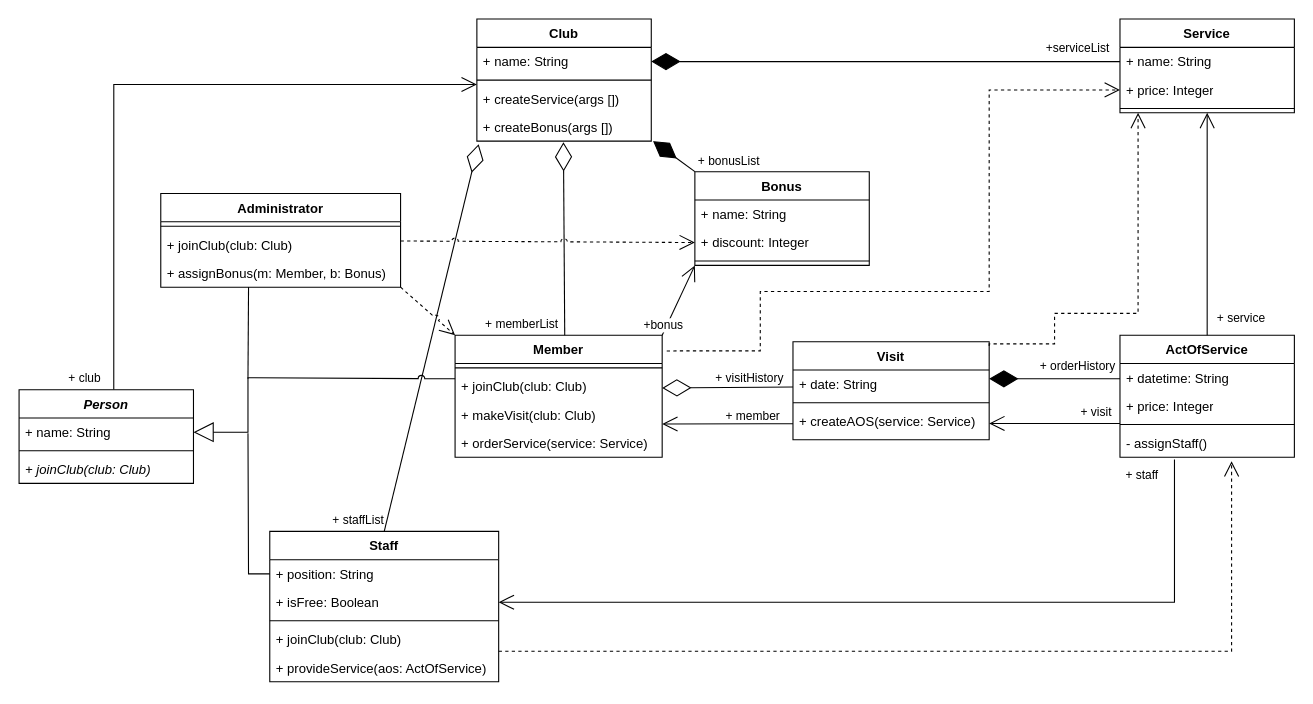
Earlier version of the draw.io diagram page "Диаграмма классов" (1 of 3) of Lab_2/Lab_2.drawio (4lnULpGkuW/OOAD). Source tidied: cells renumbered, new cells numbered last; positions are measured from the earlier drawing's top-left corner, leaving out a move shared by most shapes. Both pictures are drawn from the tidied source at 109%, with x=0, y=0 at pixel (19, 19).
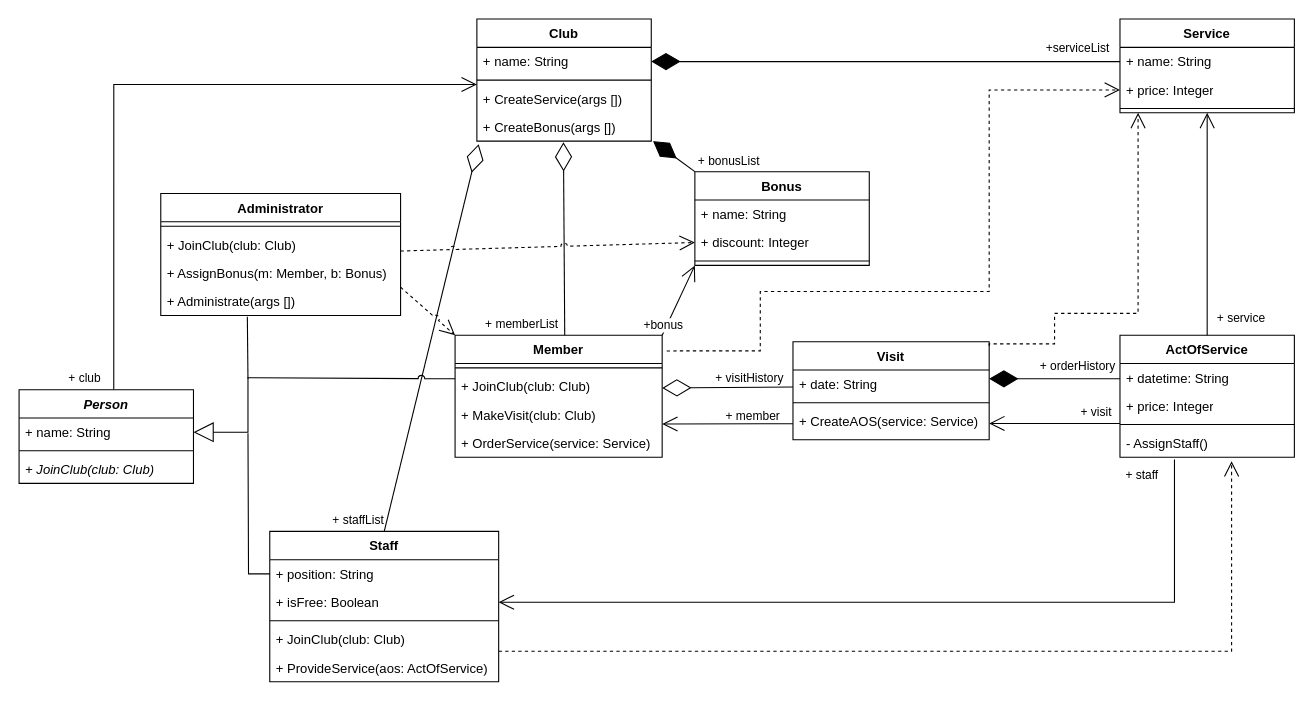
Above is the later version.

Unchanged cells that the change refers to:
```xml
<mxCell id="2" value="Member" style="swimlane;fontStyle=1;align=center;verticalAlign=top;horizontal=1;startSize=26;whiteSpace=wrap;html=1;" parent="1" vertex="1">
  <mxGeometry x="400" y="290" width="190" height="112" as="geometry" />
</mxCell>
<mxCell id="7" value="Club" style="swimlane;fontStyle=1;align=center;verticalAlign=top;horizontal=1;startSize=26;whiteSpace=wrap;html=1;" parent="1" vertex="1">
  <mxGeometry x="420" width="160" height="112" as="geometry" />
</mxCell>
<mxCell id="20" value="Visit" style="swimlane;fontStyle=1;align=center;verticalAlign=top;horizontal=1;startSize=26;whiteSpace=wrap;html=1;" parent="1" vertex="1">
  <mxGeometry x="710" y="296" width="180" height="90" as="geometry" />
</mxCell>
<mxCell id="24" value="Staff" style="swimlane;fontStyle=1;align=center;verticalAlign=top;horizontal=1;startSize=26;whiteSpace=wrap;html=1;" parent="1" vertex="1">
  <mxGeometry x="230" y="470" width="210" height="138" as="geometry" />
</mxCell>
<mxCell id="30" value="ActOfService" style="swimlane;fontStyle=1;align=center;verticalAlign=top;horizontal=1;startSize=26;whiteSpace=wrap;html=1;" parent="1" vertex="1">
  <mxGeometry x="1010" y="290" width="160" height="112" as="geometry" />
</mxCell>
<mxCell id="49" value="&lt;i&gt;Person&lt;/i&gt;" style="swimlane;fontStyle=1;align=center;verticalAlign=top;horizontal=1;startSize=26;whiteSpace=wrap;html=1;" parent="1" vertex="1">
  <mxGeometry y="340" width="160" height="86" as="geometry" />
</mxCell>
```

The edit, as a diff of the source:
```diff
@@
-    <mxCell id="4" value="+ joinClub(club: Club&lt;span style=&quot;background-color: initial;&quot;&gt;)&lt;/span&gt;" style="text;strokeColor=none;fillColor=none;align=left;verticalAlign=top;spacingLeft=4;spacingRight=4;overflow=hidden;whiteSpace=wrap;html=1;" parent="2" vertex="1">
+    <mxCell id="4" value="+ JoinClub(club: Club&lt;span style=&quot;background-color: initial;&quot;&gt;)&lt;/span&gt;" style="text;strokeColor=none;fillColor=none;align=left;verticalAlign=top;spacingLeft=4;spacingRight=4;overflow=hidden;whiteSpace=wrap;html=1;" parent="2" vertex="1">
       <mxGeometry y="34" width="190" height="26" as="geometry" />
     </mxCell>
-    <mxCell id="5" value="+ makeVisit(club: Club&lt;span style=&quot;background-color: initial;&quot;&gt;)&lt;/span&gt;" style="text;strokeColor=none;fillColor=none;align=left;verticalAlign=top;spacingLeft=4;spacingRight=4;overflow=hidden;whiteSpace=wrap;html=1;" parent="2" vertex="1">
+    <mxCell id="5" value="+ MakeVisit(club: Club&lt;span style=&quot;background-color: initial;&quot;&gt;)&lt;/span&gt;" style="text;strokeColor=none;fillColor=none;align=left;verticalAlign=top;spacingLeft=4;spacingRight=4;overflow=hidden;whiteSpace=wrap;html=1;" parent="2" vertex="1">
       <mxGeometry y="60" width="190" height="26" as="geometry" />
     </mxCell>
-    <mxCell id="6" value="+ orderService(service: Service&lt;span style=&quot;background-color: initial;&quot;&gt;)&lt;/span&gt;" style="text;strokeColor=none;fillColor=none;align=left;verticalAlign=top;spacingLeft=4;spacingRight=4;overflow=hidden;whiteSpace=wrap;html=1;" parent="2" vertex="1">
+    <mxCell id="6" value="+ OrderService(service: Service&lt;span style=&quot;background-color: initial;&quot;&gt;)&lt;/span&gt;" style="text;strokeColor=none;fillColor=none;align=left;verticalAlign=top;spacingLeft=4;spacingRight=4;overflow=hidden;whiteSpace=wrap;html=1;" parent="2" vertex="1">
       <mxGeometry y="86" width="190" height="26" as="geometry" />
     </mxCell>
@@
-    <mxCell id="10" value="+ createService(args [])" style="text;strokeColor=none;fillColor=none;align=left;verticalAlign=top;spacingLeft=4;spacingRight=4;overflow=hidden;whiteSpace=wrap;html=1;" parent="7" vertex="1">
+    <mxCell id="10" value="+ CreateService(args [])" style="text;strokeColor=none;fillColor=none;align=left;verticalAlign=top;spacingLeft=4;spacingRight=4;overflow=hidden;whiteSpace=wrap;html=1;" parent="7" vertex="1">
       <mxGeometry y="60" width="160" height="26" as="geometry" />
     </mxCell>
-    <mxCell id="11" value="+ createBonus(args [])" style="text;strokeColor=none;fillColor=none;align=left;verticalAlign=top;spacingLeft=4;spacingRight=4;overflow=hidden;points=[[0,0.5],[1,0.5]];portConstraint=eastwest;whiteSpace=wrap;html=1;" parent="7" vertex="1">
+    <mxCell id="11" value="+ CreateBonus(args [])" style="text;strokeColor=none;fillColor=none;align=left;verticalAlign=top;spacingLeft=4;spacingRight=4;overflow=hidden;points=[[0,0.5],[1,0.5]];portConstraint=eastwest;whiteSpace=wrap;html=1;" parent="7" vertex="1">
       <mxGeometry y="86" width="160" height="26" as="geometry" />
     </mxCell>
@@
-    <mxCell id="23" value="+ createAOS(service: Service)" style="text;strokeColor=none;fillColor=none;align=left;verticalAlign=top;spacingLeft=4;spacingRight=4;overflow=hidden;points=[[0,0.5],[1,0.5]];portConstraint=eastwest;whiteSpace=wrap;html=1;" parent="20" vertex="1">
+    <mxCell id="23" value="+ CreateAOS(service: Service)" style="text;strokeColor=none;fillColor=none;align=left;verticalAlign=top;spacingLeft=4;spacingRight=4;overflow=hidden;points=[[0,0.5],[1,0.5]];portConstraint=eastwest;whiteSpace=wrap;html=1;" parent="20" vertex="1">
       <mxGeometry y="60" width="180" height="30" as="geometry" />
     </mxCell>
@@
-    <mxCell id="28" value="+ joinClub(club: Club&lt;span style=&quot;background-color: initial;&quot;&gt;)&lt;/span&gt;" style="text;strokeColor=none;fillColor=none;align=left;verticalAlign=top;spacingLeft=4;spacingRight=4;overflow=hidden;whiteSpace=wrap;html=1;" parent="24" vertex="1">
+    <mxCell id="28" value="+ JoinClub(club: Club&lt;span style=&quot;background-color: initial;&quot;&gt;)&lt;/span&gt;" style="text;strokeColor=none;fillColor=none;align=left;verticalAlign=top;spacingLeft=4;spacingRight=4;overflow=hidden;whiteSpace=wrap;html=1;" parent="24" vertex="1">
       <mxGeometry y="86" width="210" height="26" as="geometry" />
     </mxCell>
-    <mxCell id="29" value="+ provideService(aos: ActOfService&lt;span style=&quot;background-color: initial;&quot;&gt;)&lt;/span&gt;" style="text;strokeColor=none;fillColor=none;align=left;verticalAlign=top;spacingLeft=4;spacingRight=4;overflow=hidden;whiteSpace=wrap;html=1;" parent="24" vertex="1">
+    <mxCell id="29" value="+ ProvideService(aos: ActOfService&lt;span style=&quot;background-color: initial;&quot;&gt;)&lt;/span&gt;" style="text;strokeColor=none;fillColor=none;align=left;verticalAlign=top;spacingLeft=4;spacingRight=4;overflow=hidden;whiteSpace=wrap;html=1;" parent="24" vertex="1">
       <mxGeometry y="112" width="210" height="26" as="geometry" />
     </mxCell>
@@
-    <mxCell id="34" value="- assignStaff()" style="text;strokeColor=none;fillColor=none;align=left;verticalAlign=top;spacingLeft=4;spacingRight=4;overflow=hidden;points=[[0,0.5],[1,0.5]];portConstraint=eastwest;whiteSpace=wrap;html=1;" parent="30" vertex="1">
+    <mxCell id="34" value="- AssignStaff()" style="text;strokeColor=none;fillColor=none;align=left;verticalAlign=top;spacingLeft=4;spacingRight=4;overflow=hidden;points=[[0,0.5],[1,0.5]];portConstraint=eastwest;whiteSpace=wrap;html=1;" parent="30" vertex="1">
       <mxGeometry y="86" width="160" height="26" as="geometry" />
     </mxCell>
@@
-    <mxCell id="52" value="&lt;i&gt;+ joinClub(club: Club&lt;span style=&quot;background-color: initial;&quot;&gt;)&lt;/span&gt;&lt;/i&gt;" style="text;strokeColor=none;fillColor=none;align=left;verticalAlign=top;spacingLeft=4;spacingRight=4;overflow=hidden;whiteSpace=wrap;html=1;" parent="49" vertex="1">
+    <mxCell id="52" value="&lt;i&gt;+ JoinClub(club: Club&lt;span style=&quot;background-color: initial;&quot;&gt;)&lt;/span&gt;&lt;/i&gt;" style="text;strokeColor=none;fillColor=none;align=left;verticalAlign=top;spacingLeft=4;spacingRight=4;overflow=hidden;whiteSpace=wrap;html=1;" parent="49" vertex="1">
       <mxGeometry y="60" width="160" height="26" as="geometry" />
     </mxCell>
@@
-    <mxCell id="67" style="rounded=0;jettySize=auto;html=1;endArrow=none;endFill=0;exitX=0.366;exitY=0.997;exitDx=0;exitDy=0;exitPerimeter=0;" parent="1" edge="1" source="72">
+    <mxCell id="67" style="rounded=0;jettySize=auto;html=1;endArrow=none;endFill=0;exitX=0.361;exitY=1.045;exitDx=0;exitDy=0;exitPerimeter=0;" parent="1" edge="1" source="74">
       <mxGeometry relative="1" as="geometry">
         <mxPoint x="210" y="330" as="targetPoint" />
       </mxGeometry>
     </mxCell>
@@
     <mxCell id="69" value="Administrator" style="swimlane;fontStyle=1;align=center;verticalAlign=top;horizontal=1;startSize=26;whiteSpace=wrap;html=1;" parent="1" vertex="1">
-      <mxGeometry x="130" y="160" width="220" height="86" as="geometry" />
+      <mxGeometry x="130" y="160" width="220" height="112" as="geometry" />
     </mxCell>
@@
-    <mxCell id="71" value="+ joinClub(club: Club&lt;span style=&quot;background-color: initial;&quot;&gt;)&lt;/span&gt;" style="text;strokeColor=none;fillColor=none;align=left;verticalAlign=top;spacingLeft=4;spacingRight=4;overflow=hidden;whiteSpace=wrap;html=1;" parent="69" vertex="1">
+    <mxCell id="71" value="+ JoinClub(club: Club&lt;span style=&quot;background-color: initial;&quot;&gt;)&lt;/span&gt;" style="text;strokeColor=none;fillColor=none;align=left;verticalAlign=top;spacingLeft=4;spacingRight=4;overflow=hidden;whiteSpace=wrap;html=1;" parent="69" vertex="1">
       <mxGeometry y="34" width="220" height="26" as="geometry" />
     </mxCell>
-    <mxCell id="72" value="+ assignBonus(m: Member, b: Bonus&lt;span style=&quot;background-color: initial;&quot;&gt;)&lt;/span&gt;" style="text;strokeColor=none;fillColor=none;align=left;verticalAlign=top;spacingLeft=4;spacingRight=4;overflow=hidden;points=[[0,0.5],[1,0.5]];portConstraint=eastwest;whiteSpace=wrap;html=1;" parent="69" vertex="1">
+    <mxCell id="72" value="+ AssignBonus(m: Member, b: Bonus&lt;span style=&quot;background-color: initial;&quot;&gt;)&lt;/span&gt;" style="text;strokeColor=none;fillColor=none;align=left;verticalAlign=top;spacingLeft=4;spacingRight=4;overflow=hidden;points=[[0,0.5],[1,0.5]];portConstraint=eastwest;whiteSpace=wrap;html=1;" parent="69" vertex="1">
       <mxGeometry y="60" width="220" height="26" as="geometry" />
     </mxCell>
+    <mxCell id="74" value="+ Administrate(args [])" style="text;strokeColor=none;fillColor=none;align=left;verticalAlign=top;spacingLeft=4;spacingRight=4;overflow=hidden;points=[[0,0.5],[1,0.5]];portConstraint=eastwest;whiteSpace=wrap;html=1;" parent="69" vertex="1">
+      <mxGeometry y="86" width="220" height="26" as="geometry" />
+    </mxCell>
```
